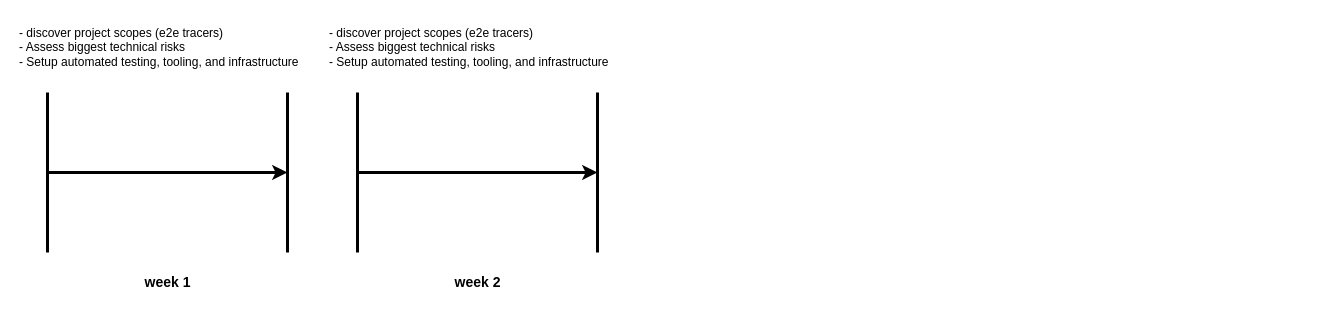
The draw.io diagram shape_up/iteration_cycle.drawio in rrigato/architecture, before the edit. Source tidied: cells renumbered, new cells numbered last; positions are measured from the earlier drawing's top-left corner, leaving out a move shared by most shapes. Both pictures are drawn from the tidied source at 100%, with x=0, y=0 at pixel (17, 22).
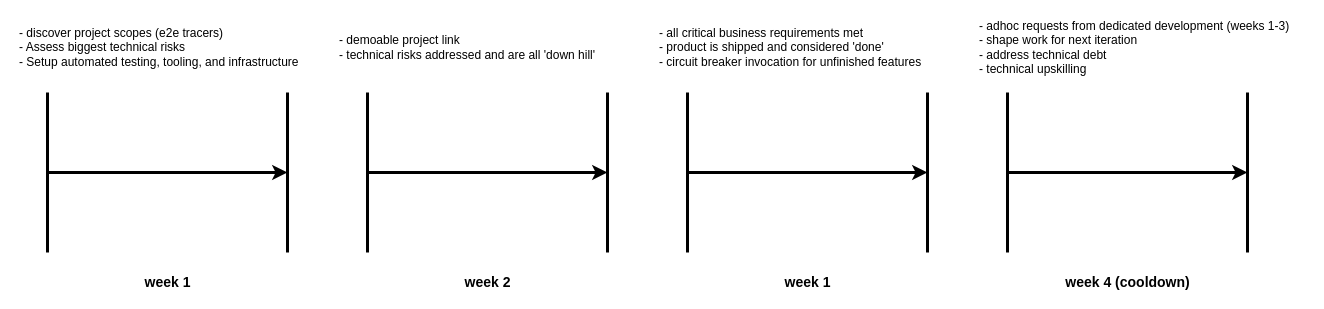
The same diagram, later.

Commit message (it also covers changes not shown here):
full 4 week iteration

What changed in the source:
```diff
@@
     <mxCell id="7" style="endArrow=none;html=1;strokeWidth=3;" parent="1" edge="1">
       <mxGeometry relative="1" as="geometry">
-        <mxPoint x="340" y="230" as="sourcePoint" />
-        <mxPoint x="340" y="70" as="targetPoint" />
+        <mxPoint x="350" y="230" as="sourcePoint" />
+        <mxPoint x="350" y="70" as="targetPoint" />
         <Array as="points">
-          <mxPoint x="340" y="160" />
+          <mxPoint x="350" y="160" />
         </Array>
       </mxGeometry>
     </mxCell>
     <mxCell id="8" style="endArrow=none;html=1;strokeWidth=3;" parent="1" edge="1">
       <mxGeometry relative="1" as="geometry">
-        <mxPoint x="580" y="230" as="sourcePoint" />
-        <mxPoint x="580" y="70" as="targetPoint" />
+        <mxPoint x="590" y="230" as="sourcePoint" />
+        <mxPoint x="590" y="70" as="targetPoint" />
         <Array as="points">
-          <mxPoint x="580" y="160" />
+          <mxPoint x="590" y="160" />
         </Array>
       </mxGeometry>
     </mxCell>
     <mxCell id="9" value="week 2" style="text;html=1;align=center;verticalAlign=middle;fontSize=14;fontStyle=1;" parent="1" vertex="1">
-      <mxGeometry x="430" y="250" width="60" height="20" as="geometry" />
+      <mxGeometry x="440" y="250" width="60" height="20" as="geometry" />
     </mxCell>
     <mxCell id="10" style="endArrow=classic;html=1;strokeWidth=3;" parent="1" edge="1">
       <mxGeometry relative="1" as="geometry">
-        <mxPoint x="340" y="150" as="sourcePoint" />
-        <mxPoint x="580" y="150" as="targetPoint" />
+        <mxPoint x="350" y="150" as="sourcePoint" />
+        <mxPoint x="590" y="150" as="targetPoint" />
       </mxGeometry>
     </mxCell>
-    <mxCell id="11" value="&lt;div&gt;&lt;span&gt;- discover project scopes (e2e tracers)&lt;/span&gt;&lt;/div&gt;&lt;div&gt;&lt;span&gt;- Assess biggest technical risks&lt;/span&gt;&lt;/div&gt;&lt;div&gt;&lt;span&gt;- Setup automated testing, tooling, and infrastructure&lt;/span&gt;&lt;/div&gt;" style="text;html=1;align=left;verticalAlign=middle;" parent="1" vertex="1">
-      <mxGeometry x="310" width="300" height="50" as="geometry" />
+    <mxCell id="11" value="&lt;div&gt;&lt;span&gt;- demoable project link&amp;nbsp;&lt;/span&gt;&lt;/div&gt;&lt;div&gt;&lt;span&gt;- technical risks addressed and are all 'down hill'&lt;/span&gt;&lt;/div&gt;" style="text;html=1;align=left;verticalAlign=middle;" parent="1" vertex="1">
+      <mxGeometry x="320" y="10" width="270" height="30" as="geometry" />
     </mxCell>
+    <mxCell id="12" style="endArrow=none;html=1;strokeWidth=3;" parent="1" edge="1">
+      <mxGeometry relative="1" as="geometry">
+        <mxPoint x="670" y="230" as="sourcePoint" />
+        <mxPoint x="670" y="70" as="targetPoint" />
+        <Array as="points">
+          <mxPoint x="670" y="160" />
+        </Array>
+      </mxGeometry>
+    </mxCell>
+    <mxCell id="13" style="endArrow=none;html=1;strokeWidth=3;" parent="1" edge="1">
+      <mxGeometry relative="1" as="geometry">
+        <mxPoint x="910" y="230" as="sourcePoint" />
+        <mxPoint x="910" y="70" as="targetPoint" />
+        <Array as="points">
+          <mxPoint x="910" y="160" />
+        </Array>
+      </mxGeometry>
+    </mxCell>
+    <mxCell id="14" value="week 1" style="text;html=1;align=center;verticalAlign=middle;fontSize=14;fontStyle=1;" parent="1" vertex="1">
+      <mxGeometry x="760" y="250" width="60" height="20" as="geometry" />
+    </mxCell>
+    <mxCell id="15" style="endArrow=classic;html=1;strokeWidth=3;" parent="1" edge="1">
+      <mxGeometry relative="1" as="geometry">
+        <mxPoint x="670" y="150" as="sourcePoint" />
+        <mxPoint x="910" y="150" as="targetPoint" />
+      </mxGeometry>
+    </mxCell>
+    <mxCell id="16" value="&lt;div&gt;&lt;span&gt;- all critical business requirements met&lt;/span&gt;&lt;/div&gt;&lt;div&gt;&lt;span&gt;- product is shipped and considered 'done'&lt;/span&gt;&lt;/div&gt;&lt;div&gt;&lt;span&gt;- circuit breaker invocation for unfinished features&lt;/span&gt;&lt;/div&gt;" style="text;html=1;align=left;verticalAlign=middle;" parent="1" vertex="1">
+      <mxGeometry x="640" width="280" height="50" as="geometry" />
+    </mxCell>
+    <mxCell id="17" style="endArrow=none;html=1;strokeWidth=3;" parent="1" edge="1">
+      <mxGeometry relative="1" as="geometry">
+        <mxPoint x="990" y="230" as="sourcePoint" />
+        <mxPoint x="990" y="70" as="targetPoint" />
+        <Array as="points">
+          <mxPoint x="990" y="160" />
+        </Array>
+      </mxGeometry>
+    </mxCell>
+    <mxCell id="18" style="endArrow=none;html=1;strokeWidth=3;" parent="1" edge="1">
+      <mxGeometry relative="1" as="geometry">
+        <mxPoint x="1230" y="230" as="sourcePoint" />
+        <mxPoint x="1230" y="70" as="targetPoint" />
+        <Array as="points">
+          <mxPoint x="1230" y="160" />
+        </Array>
+      </mxGeometry>
+    </mxCell>
+    <mxCell id="19" value="week 4 (cooldown)" style="text;html=1;align=center;verticalAlign=middle;fontSize=14;fontStyle=1;" parent="1" vertex="1">
+      <mxGeometry x="1040" y="250" width="140" height="20" as="geometry" />
+    </mxCell>
+    <mxCell id="20" style="endArrow=classic;html=1;strokeWidth=3;" parent="1" edge="1">
+      <mxGeometry relative="1" as="geometry">
+        <mxPoint x="990" y="150" as="sourcePoint" />
+        <mxPoint x="1230" y="150" as="targetPoint" />
+      </mxGeometry>
+    </mxCell>
+    <mxCell id="21" value="&lt;div&gt;&lt;span&gt;- adhoc requests from dedicated development (weeks 1-3)&lt;/span&gt;&lt;/div&gt;&lt;div&gt;&lt;span&gt;- shape work for next iteration&lt;/span&gt;&lt;/div&gt;&lt;div&gt;&lt;span&gt;- address technical debt&lt;/span&gt;&lt;/div&gt;&lt;div&gt;&lt;span&gt;- technical upskilling&lt;/span&gt;&lt;/div&gt;" style="text;html=1;align=left;verticalAlign=middle;" parent="1" vertex="1">
+      <mxGeometry x="960" y="-5" width="330" height="60" as="geometry" />
+    </mxCell>
```
